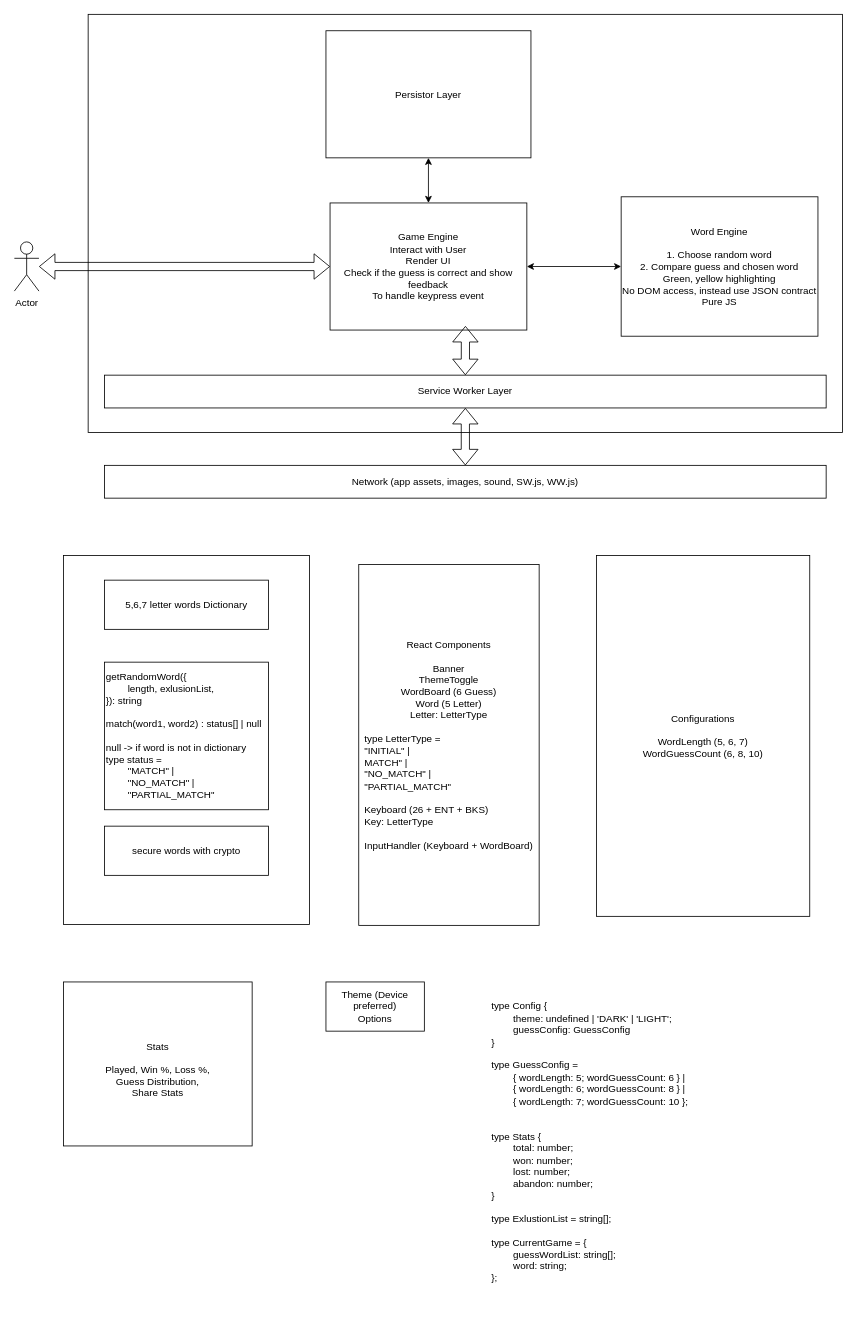
Earlier version of the draw.io diagram hld-diagram.drawio (IshaBP/wordle). Source tidied: cells renumbered, new cells numbered last; positions are measured from the earlier drawing's top-left corner, leaving out a move shared by most shapes. Both pictures are drawn from the tidied source at 82%, with x=0, y=0 at pixel (14, 14).
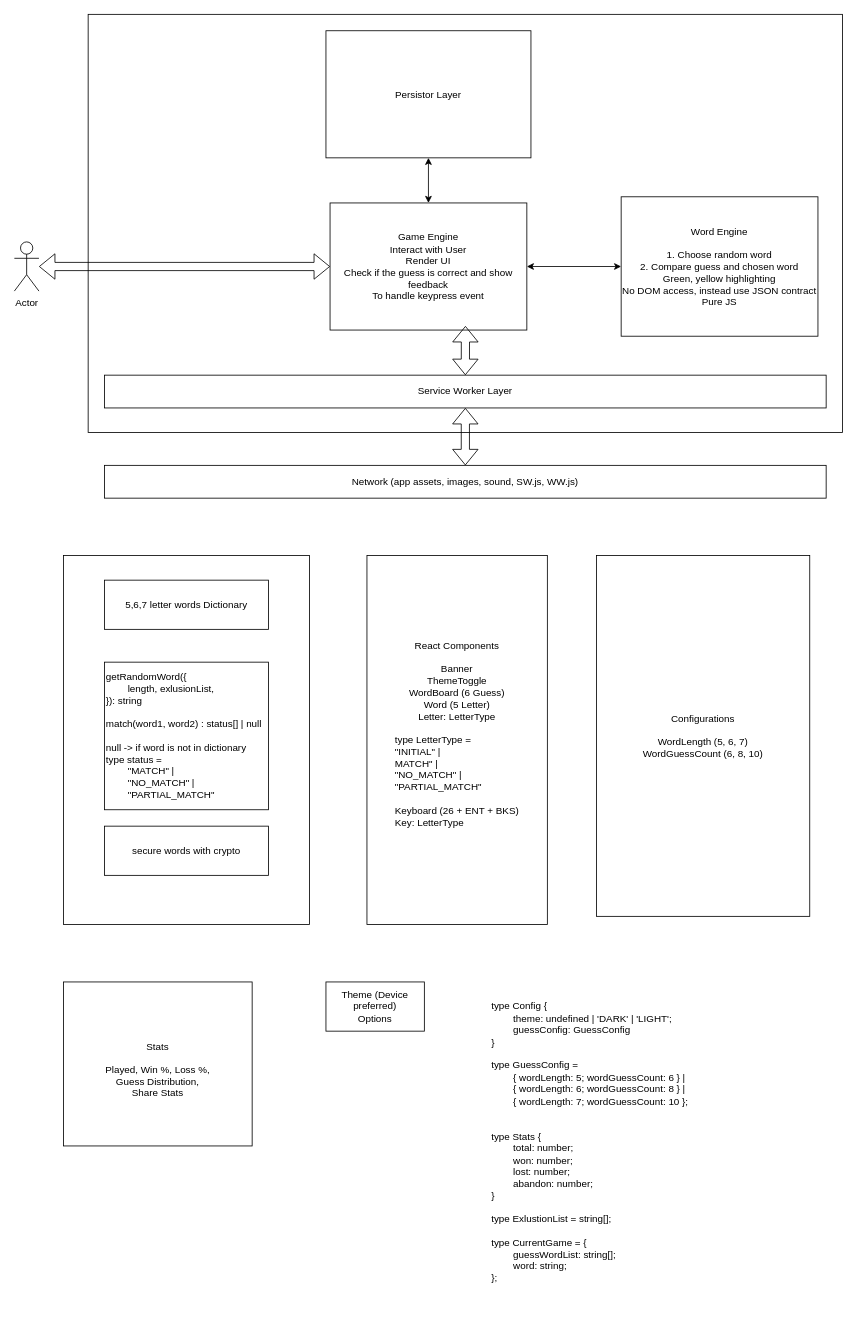
The same page after the edit.

Commit message (it also covers changes not shown here):
<Wordboard /> TDD

Change to the diagram source:
```diff
@@
-    <mxCell id="18" value="React Components&lt;br&gt;&lt;br&gt;Banner&lt;br&gt;ThemeToggle&lt;br&gt;WordBoard (6 Guess)&lt;br&gt;Word (5 Letter)&lt;br&gt;Letter: LetterType&lt;br&gt;&lt;br&gt;&lt;div style=&quot;text-align: left&quot;&gt;&lt;span&gt;type LetterType =&amp;nbsp;&lt;/span&gt;&lt;/div&gt;&lt;div style=&quot;text-align: left&quot;&gt;&lt;span&gt;&quot;INITIAL&quot; |&lt;/span&gt;&lt;/div&gt;&lt;div&gt;&lt;div style=&quot;text-align: left&quot;&gt;&lt;span&gt;MATCH&quot; |&amp;nbsp;&lt;/span&gt;&lt;/div&gt;&lt;span&gt;&lt;div style=&quot;text-align: left&quot;&gt;&lt;span&gt;&quot;NO_MATCH&quot; |&lt;/span&gt;&lt;span&gt;&amp;nbsp;&lt;/span&gt;&lt;/div&gt;&#9;&lt;/span&gt;&lt;/div&gt;&lt;div style=&quot;text-align: left&quot;&gt;&quot;PARTIAL_MATCH&quot;&lt;br&gt;&lt;/div&gt;&lt;div style=&quot;text-align: left&quot;&gt;&lt;br&gt;&lt;/div&gt;&lt;div style=&quot;text-align: left&quot;&gt;Keyboard (26 + ENT + BKS)&lt;/div&gt;&lt;div style=&quot;text-align: left&quot;&gt;Key: LetterType&lt;/div&gt;&lt;div style=&quot;text-align: left&quot;&gt;&lt;br&gt;&lt;/div&gt;&lt;div style=&quot;text-align: left&quot;&gt;InputHandler (Keyboard + WordBoard)&lt;/div&gt;" style="rounded=0;whiteSpace=wrap;html=1;" parent="1" vertex="1">
-      <mxGeometry x="420" y="671" width="220" height="440" as="geometry" />
+    <mxCell id="18" value="React Components&lt;br&gt;&lt;br&gt;Banner&lt;br&gt;ThemeToggle&lt;br&gt;WordBoard (6 Guess)&lt;br&gt;Word (5 Letter)&lt;br&gt;Letter: LetterType&lt;br&gt;&lt;br&gt;&lt;div style=&quot;text-align: left&quot;&gt;&lt;span&gt;type LetterType =&amp;nbsp;&lt;/span&gt;&lt;/div&gt;&lt;div style=&quot;text-align: left&quot;&gt;&lt;span&gt;&quot;INITIAL&quot; |&lt;/span&gt;&lt;/div&gt;&lt;div&gt;&lt;div style=&quot;text-align: left&quot;&gt;&lt;span&gt;MATCH&quot; |&amp;nbsp;&lt;/span&gt;&lt;/div&gt;&lt;span&gt;&lt;div style=&quot;text-align: left&quot;&gt;&lt;span&gt;&quot;NO_MATCH&quot; |&lt;/span&gt;&lt;span&gt;&amp;nbsp;&lt;/span&gt;&lt;/div&gt;&#9;&lt;/span&gt;&lt;/div&gt;&lt;div style=&quot;text-align: left&quot;&gt;&quot;PARTIAL_MATCH&quot;&lt;br&gt;&lt;/div&gt;&lt;div style=&quot;text-align: left&quot;&gt;&lt;br&gt;&lt;/div&gt;&lt;div style=&quot;text-align: left&quot;&gt;Keyboard (26 + ENT + BKS)&lt;/div&gt;&lt;div style=&quot;text-align: left&quot;&gt;Key: LetterType&lt;/div&gt;&lt;div style=&quot;text-align: left&quot;&gt;&lt;br&gt;&lt;/div&gt;" style="rounded=0;whiteSpace=wrap;html=1;" parent="1" vertex="1">
+      <mxGeometry x="430" y="660" width="220" height="450" as="geometry" />
     </mxCell>
```
